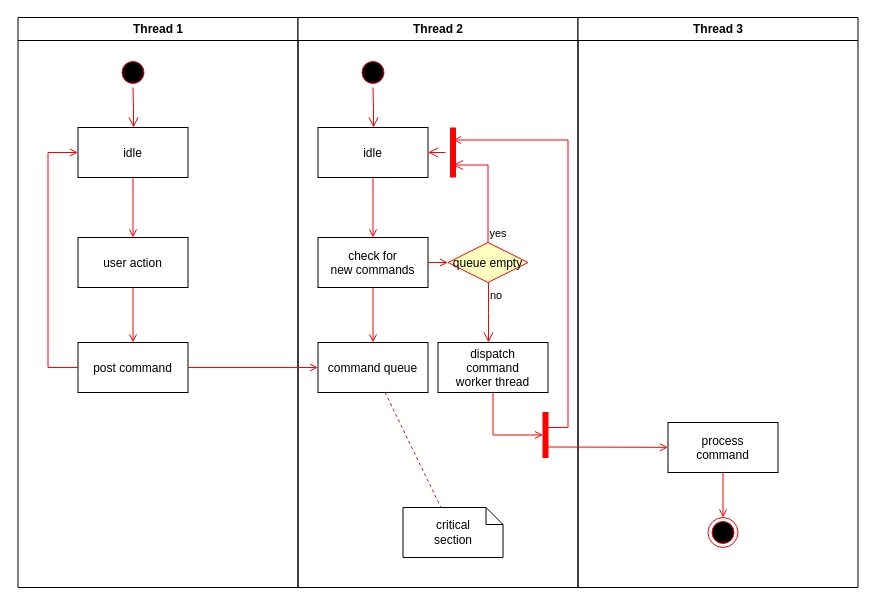
Above: Zzw/Untitled Diagram.drawio in zzw727682012/projectManage (draw.io), before the change. Source tidied: cells renumbered, new cells numbered last; positions are measured from the earlier drawing's top-left corner, leaving out a move shared by most shapes. Both pictures are drawn from the tidied source at 100%, with x=0, y=0 at pixel (17, 17).
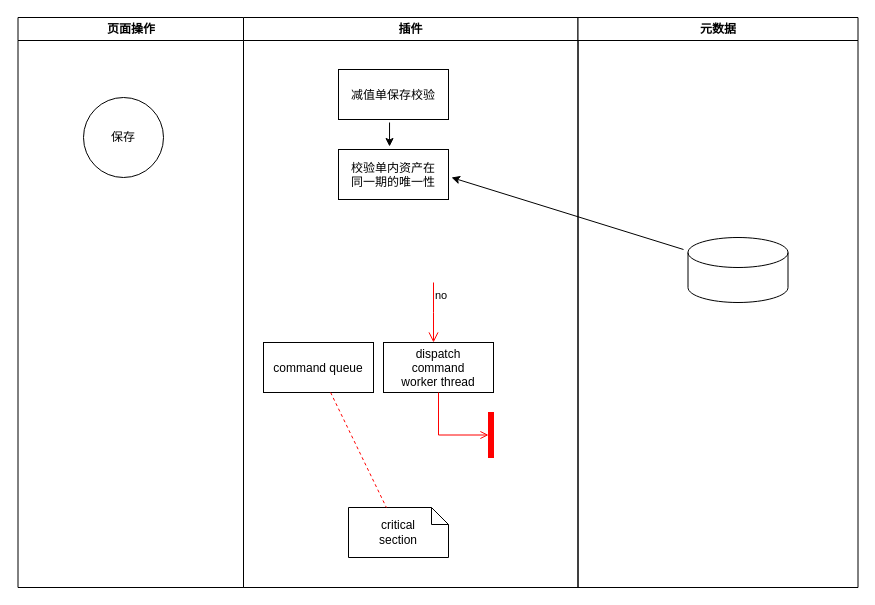
Above is the later version.

Unchanged cells that the change refers to:
```xml
<mxCell id="17" value="command queue" parent="11" vertex="1">
  <mxGeometry x="20" y="325" width="110" height="50" as="geometry" />
</mxCell>
<mxCell id="25" value="dispatch&#10;command&#10;worker thread" parent="11" vertex="1">
  <mxGeometry x="140" y="325" width="110" height="50" as="geometry" />
</mxCell>
```

What changed in the source:
```diff
@@
-    <mxCell id="2" value="Thread 1" style="swimlane;whiteSpace=wrap;" parent="1" vertex="1">
-      <mxGeometry x="0.5" width="280" height="570" as="geometry" />
+    <mxCell id="2" value="页面操作" style="swimlane;whiteSpace=wrap;" parent="1" vertex="1">
+      <mxGeometry x="0.5" width="225.5" height="570" as="geometry" />
     </mxCell>
-    <mxCell id="3" style="ellipse;shape=startState;fillColor=#000000;strokeColor=#ff0000;" parent="2" vertex="1">
-      <mxGeometry x="100" y="40" width="30" height="30" as="geometry" />
-    </mxCell>
-    <mxCell id="4" style="edgeStyle=elbowEdgeStyle;elbow=horizontal;verticalAlign=bottom;endArrow=open;endSize=8;strokeColor=#FF0000;endFill=1;rounded=0;" parent="2" edge="1" source="3" target="5">
-      <mxGeometry x="100" y="40" as="geometry" />
-    </mxCell>
-    <mxCell id="5" value="idle" parent="2" vertex="1">
-      <mxGeometry x="60" y="110" width="110" height="50" as="geometry" />
-    </mxCell>
-    <mxCell id="6" value="user action" parent="2" vertex="1">
-      <mxGeometry x="60" y="220" width="110" height="50" as="geometry" />
-    </mxCell>
-    <mxCell id="7" style="endArrow=open;strokeColor=#FF0000;endFill=1;rounded=0;" parent="2" edge="1" source="5" target="6">
-      <mxGeometry relative="1" as="geometry" />
-    </mxCell>
-    <mxCell id="8" value="post command" parent="2" vertex="1">
-      <mxGeometry x="60" y="325" width="110" height="50" as="geometry" />
-    </mxCell>
-    <mxCell id="9" style="endArrow=open;strokeColor=#FF0000;endFill=1;rounded=0;" parent="2" edge="1" source="6" target="8">
-      <mxGeometry relative="1" as="geometry" />
-    </mxCell>
-    <mxCell id="10" style="edgeStyle=elbowEdgeStyle;elbow=horizontal;strokeColor=#FF0000;endArrow=open;endFill=1;rounded=0;" parent="2" edge="1" source="8" target="5">
-      <mxGeometry relative="1" as="geometry">
-        <Array as="points">
-          <mxPoint x="30" y="250" />
-        </Array>
-      </mxGeometry>
-    </mxCell>
+    <mxCell id="37" value="保存" style="ellipse;whiteSpace=wrap;html=1;" parent="2" vertex="1">
+      <mxGeometry x="65.5" y="80" width="80" height="80" as="geometry" />
+    </mxCell>
-    <mxCell id="11" value="Thread 2" style="swimlane;whiteSpace=wrap;" parent="1" vertex="1">
-      <mxGeometry x="280.5" width="280" height="570" as="geometry" />
+    <mxCell id="11" value="插件" style="swimlane;whiteSpace=wrap;" parent="1" vertex="1">
+      <mxGeometry x="226" width="334.5" height="570" as="geometry" />
     </mxCell>
-    <mxCell id="12" style="ellipse;shape=startState;fillColor=#000000;strokeColor=#ff0000;" parent="11" vertex="1">
-      <mxGeometry x="60" y="40" width="30" height="30" as="geometry" />
-    </mxCell>
-    <mxCell id="13" style="edgeStyle=elbowEdgeStyle;elbow=horizontal;verticalAlign=bottom;endArrow=open;endSize=8;strokeColor=#FF0000;endFill=1;rounded=0;" parent="11" edge="1" source="12" target="14">
-      <mxGeometry x="40" y="20" as="geometry" />
-    </mxCell>
-    <mxCell id="14" value="idle" parent="11" vertex="1">
-      <mxGeometry x="20" y="110" width="110" height="50" as="geometry" />
+    <mxCell id="14" value="减值单保存校验" parent="11" vertex="1">
+      <mxGeometry x="95" y="52" width="110" height="50" as="geometry" />
     </mxCell>
-    <mxCell id="15" value="check for &#10;new commands" parent="11" vertex="1">
-      <mxGeometry x="20" y="220" width="110" height="50" as="geometry" />
+    <mxCell id="15" value="校验单内资产在&#10;同一期的唯一性" parent="11" vertex="1">
+      <mxGeometry x="95" y="132" width="110" height="50" as="geometry" />
     </mxCell>
-    <mxCell id="16" style="endArrow=open;strokeColor=#FF0000;endFill=1;rounded=0;" parent="11" edge="1" source="14" target="15">
-      <mxGeometry relative="1" as="geometry" />
-    </mxCell>
@@
-    <mxCell id="18" style="endArrow=open;strokeColor=#FF0000;endFill=1;rounded=0;" parent="11" edge="1" source="15" target="17">
-      <mxGeometry relative="1" as="geometry" />
-    </mxCell>
-    <mxCell id="19" value="queue empty" style="rhombus;fillColor=#ffffc0;strokeColor=#ff0000;" parent="11" vertex="1">
-      <mxGeometry x="150" y="225" width="80" height="40" as="geometry" />
-    </mxCell>
-    <mxCell id="20" value="yes" style="edgeStyle=elbowEdgeStyle;elbow=horizontal;align=left;verticalAlign=bottom;endArrow=open;endSize=8;strokeColor=#FF0000;exitX=0.5;exitY=0;endFill=1;rounded=0;entryX=0.75;entryY=0.5;entryPerimeter=0;" parent="11" edge="1" source="19" target="23">
-      <mxGeometry x="-1" relative="1" as="geometry">
-        <Array as="points">
-          <mxPoint x="190" y="180" />
-        </Array>
-      </mxGeometry>
-    </mxCell>
-    <mxCell id="21" value="no" style="edgeStyle=elbowEdgeStyle;elbow=horizontal;align=left;verticalAlign=top;endArrow=open;endSize=8;strokeColor=#FF0000;endFill=1;rounded=0;" parent="11" edge="1" source="19" target="25">
-      <mxGeometry x="-1" relative="1" as="geometry" />
+    <mxCell id="21" value="no" style="edgeStyle=elbowEdgeStyle;elbow=horizontal;align=left;verticalAlign=top;endArrow=open;endSize=8;strokeColor=#FF0000;endFill=1;rounded=0;" parent="11" edge="1" target="25">
+      <mxGeometry x="-1" relative="1" as="geometry">
+        <mxPoint x="190" y="265" as="sourcePoint" />
+      </mxGeometry>
     </mxCell>
-    <mxCell id="22" style="endArrow=open;strokeColor=#FF0000;endFill=1;rounded=0;" parent="11" edge="1" source="15" target="19">
-      <mxGeometry relative="1" as="geometry" />
-    </mxCell>
-    <mxCell id="23" style="shape=line;strokeWidth=6;strokeColor=#ff0000;rotation=90;" parent="11" vertex="1">
-      <mxGeometry x="130" y="127.5" width="50" height="15" as="geometry" />
-    </mxCell>
-    <mxCell id="24" style="edgeStyle=elbowEdgeStyle;elbow=horizontal;verticalAlign=bottom;endArrow=open;endSize=8;strokeColor=#FF0000;endFill=1;rounded=0;" parent="11" edge="1" source="23" target="14">
-      <mxGeometry x="130" y="90" as="geometry" />
-    </mxCell>
@@
+    <mxCell id="16" style="endArrow=classic;html=1;rounded=0;exitX=0.464;exitY=1.06;exitDx=0;exitDy=0;exitPerimeter=0;entryX=0.464;entryY=-0.06;entryDx=0;entryDy=0;entryPerimeter=0;" parent="11" edge="1" source="14" target="15">
+      <mxGeometry relative="1" as="geometry" />
+    </mxCell>
-    <mxCell id="30" value="Thread 3" style="swimlane;whiteSpace=wrap;" parent="1" vertex="1">
+    <mxCell id="30" value="元数据" style="swimlane;whiteSpace=wrap;" parent="1" vertex="1">
       <mxGeometry x="560.5" width="280" height="570" as="geometry" />
     </mxCell>
-    <mxCell id="31" value="process&#10;command" parent="30" vertex="1">
-      <mxGeometry x="90" y="405" width="110" height="50" as="geometry" />
-    </mxCell>
-    <mxCell id="32" style="edgeStyle=elbowEdgeStyle;elbow=horizontal;strokeColor=#FF0000;endArrow=open;endFill=1;rounded=0;entryX=0.25;entryY=0.5;entryPerimeter=0;" parent="30" edge="1" target="23">
-      <mxGeometry relative="1" as="geometry">
-        <mxPoint x="-30" y="410" as="sourcePoint" />
-        <Array as="points">
-          <mxPoint x="-10" y="135" />
-        </Array>
-      </mxGeometry>
-    </mxCell>
-    <mxCell id="33" style="edgeStyle=none;strokeColor=#FF0000;endArrow=open;endFill=1;rounded=0;" parent="30" edge="1" target="31">
-      <mxGeometry relative="1" as="geometry">
-        <mxPoint x="-30" y="429.5" as="sourcePoint" />
-      </mxGeometry>
-    </mxCell>
-    <mxCell id="34" style="ellipse;shape=endState;fillColor=#000000;strokeColor=#ff0000;" parent="30" vertex="1">
-      <mxGeometry x="130" y="500" width="30" height="30" as="geometry" />
-    </mxCell>
-    <mxCell id="35" style="endArrow=open;strokeColor=#FF0000;endFill=1;rounded=0;" parent="30" edge="1" source="31" target="34">
-      <mxGeometry relative="1" as="geometry" />
-    </mxCell>
-    <mxCell id="36" style="endArrow=open;strokeColor=#FF0000;endFill=1;rounded=0;" parent="1" edge="1" source="8" target="17">
-      <mxGeometry relative="1" as="geometry" />
-    </mxCell>
+    <mxCell id="38" style="shape=cylinder3;whiteSpace=wrap;html=1;boundedLbl=1;backgroundOutline=1;size=15;" parent="30" vertex="1">
+      <mxGeometry x="110" y="220" width="100" height="65" as="geometry" />
+    </mxCell>
+    <mxCell id="39" style="endArrow=classic;html=1;rounded=0;entryX=1.027;entryY=0.56;entryDx=0;entryDy=0;entryPerimeter=0;" parent="1" edge="1" target="15">
+      <mxGeometry relative="1" as="geometry">
+        <mxPoint x="666" y="232" as="sourcePoint" />
+      </mxGeometry>
+    </mxCell>
```
